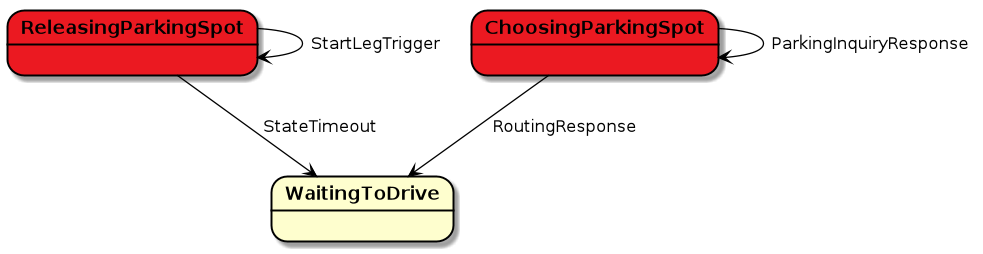
This is docs/_static/uml/ChoosesParking.png from LBNL-UCB-STI/beam, a PlantUML export, as it was before one commit. The source it was exported from:
```plantuml
@startuml

scale 1000 width
skinparam stateBorderColor #black
skinparam stateFontStyle bold
skinparam arrowColor #black

state ReleasingParkingSpot #eb1921

state ChoosingParkingSpot #eb1921

ReleasingParkingSpot --> ReleasingParkingSpot: StartLegTrigger
ReleasingParkingSpot --> WaitingToDrive: StateTimeout
ChoosingParkingSpot --> ChoosingParkingSpot : ParkingInquiryResponse
ChoosingParkingSpot --> WaitingToDrive : RoutingResponse


@enduml
```
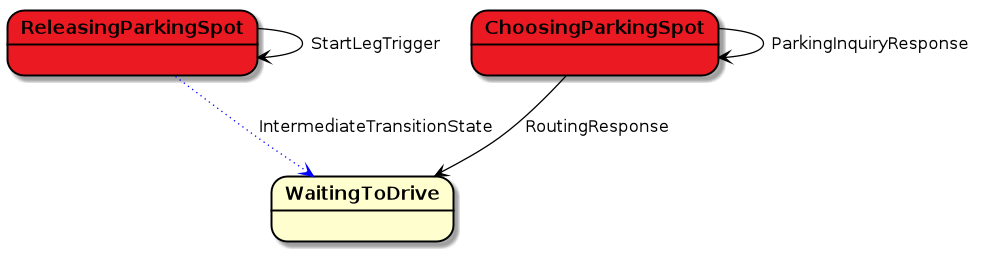
The same diagram one commit later.

The edit, as a diff of the source:
```diff
@@ -10,7 +10,7 @@
 state ChoosingParkingSpot #eb1921
 
 ReleasingParkingSpot --> ReleasingParkingSpot: StartLegTrigger
-ReleasingParkingSpot --> WaitingToDrive: StateTimeout
+ReleasingParkingSpot -[#blue,dotted]-> WaitingToDrive: IntermediateTransitionState
 ChoosingParkingSpot --> ChoosingParkingSpot : ParkingInquiryResponse
 ChoosingParkingSpot --> WaitingToDrive : RoutingResponse
 
```
